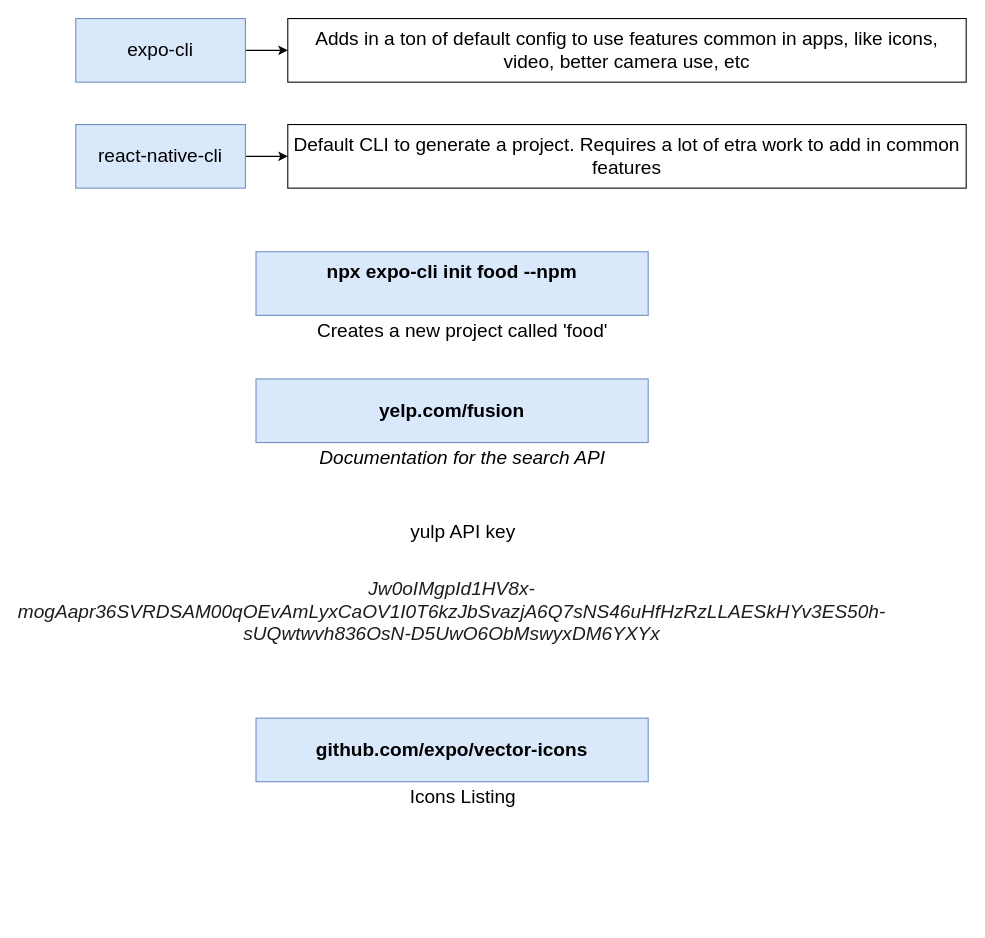
The draw.io diagram page "App Generation ways" (1 of 6) of selfMadeDiagrams/_85_RestaurantApp.drawio in devrath-rana23/theCompleteReactNativeAndReduxUdemyCourse, before the edit. Source tidied: cells renumbered, new cells numbered last; positions are measured from the earlier drawing's top-left corner, leaving out a move shared by most shapes. Both pictures are drawn from the tidied source at 106%, with x=0, y=0 at pixel (75, 18).
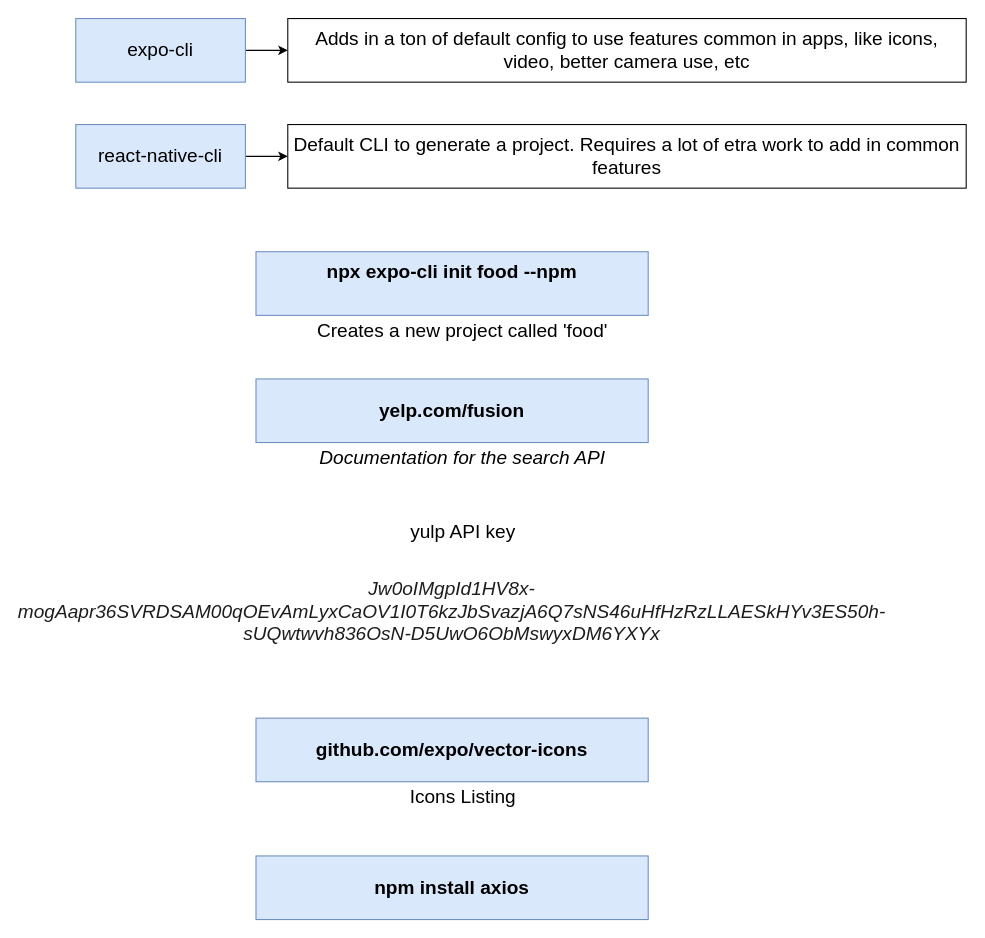
After the change.

Commit message:
Restaurant search=> food project setup and search bar component

What changed in the source:
```diff
@@
 <mxGraphModel>
   <root>
     <mxCell id="0" />
     <mxCell id="1" parent="0" />
     <mxCell id="2" style="edgeStyle=orthogonalEdgeStyle;rounded=0;jettySize=auto;html=1;fontSize=18;" parent="1" edge="1" source="3" target="6">
       <mxGeometry relative="1" as="geometry" />
     </mxCell>
     <mxCell id="3" value="&lt;font style=&quot;font-size: 18px&quot;&gt;expo-cli&lt;/font&gt;" style="rounded=0;whiteSpace=wrap;html=1;fillColor=#dae8fc;strokeColor=#6c8ebf;" parent="1" vertex="1">
       <mxGeometry width="160" height="60" as="geometry" />
     </mxCell>
     <mxCell id="4" style="edgeStyle=orthogonalEdgeStyle;rounded=0;jettySize=auto;html=1;fontSize=18;" parent="1" edge="1" source="5" target="7">
       <mxGeometry relative="1" as="geometry" />
     </mxCell>
     <mxCell id="5" value="&lt;font style=&quot;font-size: 18px&quot;&gt;react-native-cli&lt;/font&gt;" style="rounded=0;whiteSpace=wrap;html=1;fillColor=#dae8fc;strokeColor=#6c8ebf;" parent="1" vertex="1">
       <mxGeometry y="100" width="160" height="60" as="geometry" />
     </mxCell>
     <mxCell id="6" value="&lt;font style=&quot;font-size: 18px&quot;&gt;Adds in a ton of default config to use features common in apps, like icons, video, better camera use, etc&lt;/font&gt;" style="rounded=0;whiteSpace=wrap;html=1;" parent="1" vertex="1">
       <mxGeometry x="200" width="640" height="60" as="geometry" />
     </mxCell>
     <mxCell id="7" value="&lt;span style=&quot;font-size: 18px&quot;&gt;Default CLI to generate a project. Requires a lot of etra work to add in common features&lt;/span&gt;" style="rounded=0;whiteSpace=wrap;html=1;" parent="1" vertex="1">
       <mxGeometry x="200" y="100" width="640" height="60" as="geometry" />
     </mxCell>
     <mxCell id="8" value="&lt;div&gt;&lt;b&gt;npx expo-cli init food --npm&lt;/b&gt;&lt;/div&gt;&lt;div&gt;&lt;br&gt;&lt;/div&gt;" style="rounded=0;whiteSpace=wrap;html=1;fontSize=18;fillColor=#dae8fc;strokeColor=#6c8ebf;" parent="1" vertex="1">
       <mxGeometry x="170" y="220" width="370" height="60" as="geometry" />
     </mxCell>
     <mxCell id="9" value="Creates a new project called 'food'" style="text;html=1;strokeColor=none;fillColor=none;align=center;verticalAlign=middle;whiteSpace=wrap;rounded=0;fontSize=18;" parent="1" vertex="1">
       <mxGeometry x="210" y="280" width="310" height="30" as="geometry" />
     </mxCell>
     <mxCell id="10" value="&lt;div&gt;&lt;b&gt;yelp.com/fusion&lt;/b&gt;&lt;/div&gt;" style="rounded=0;whiteSpace=wrap;html=1;fontSize=18;fillColor=#dae8fc;strokeColor=#6c8ebf;" parent="1" vertex="1">
       <mxGeometry x="170" y="340" width="370" height="60" as="geometry" />
     </mxCell>
     <mxCell id="11" value="&lt;i&gt;Documentation for the search API&lt;/i&gt;" style="text;html=1;strokeColor=none;fillColor=none;align=center;verticalAlign=middle;whiteSpace=wrap;rounded=0;fontSize=18;" parent="1" vertex="1">
       <mxGeometry x="210" y="400" width="310" height="30" as="geometry" />
     </mxCell>
     <mxCell id="12" value="&lt;em style=&quot;box-sizing: border-box ; margin: 0px ; padding: 0px ; color: rgb(28 , 29 , 31) ; font-family: &amp;#34;sf pro text&amp;#34; , , &amp;#34;blinkmacsystemfont&amp;#34; , &amp;#34;roboto&amp;#34; , &amp;#34;segoe ui&amp;#34; , &amp;#34;helvetica&amp;#34; , &amp;#34;arial&amp;#34; , sans-serif , &amp;#34;apple color emoji&amp;#34; , &amp;#34;segoe ui emoji&amp;#34; , &amp;#34;segoe ui symbol&amp;#34; ; background-color: rgb(255 , 255 , 255)&quot;&gt;Jw0oIMgpId1HV8x-mogAapr36SVRDSAM00qOEvAmLyxCaOV1I0T6kzJbSvazjA6Q7sNS46uHfHzRzLLAESkHYv3ES50h-sUQwtwvh836OsN-D5UwO6ObMswyxDM6YXYx&lt;/em&gt;" style="text;html=1;strokeColor=none;fillColor=none;align=center;verticalAlign=middle;whiteSpace=wrap;rounded=0;fontSize=18;" parent="1" vertex="1">
       <mxGeometry x="165" y="500" width="380" height="120" as="geometry" />
     </mxCell>
     <mxCell id="13" value="yulp API key" style="text;html=1;strokeColor=none;fillColor=none;align=center;verticalAlign=middle;whiteSpace=wrap;rounded=0;fontSize=18;" parent="1" vertex="1">
       <mxGeometry x="292.5" y="470" width="145" height="30" as="geometry" />
     </mxCell>
     <mxCell id="14" value="&lt;div&gt;&lt;b&gt;github.com/expo/vector-icons&lt;/b&gt;&lt;/div&gt;" style="rounded=0;whiteSpace=wrap;html=1;fontSize=18;fillColor=#dae8fc;strokeColor=#6c8ebf;" parent="1" vertex="1">
       <mxGeometry x="170" y="660" width="370" height="60" as="geometry" />
     </mxCell>
     <mxCell id="15" value="Icons Listing" style="text;html=1;strokeColor=none;fillColor=none;align=center;verticalAlign=middle;whiteSpace=wrap;rounded=0;fontSize=18;" parent="1" vertex="1">
       <mxGeometry x="292.5" y="720" width="145" height="30" as="geometry" />
     </mxCell>
+    <mxCell id="16" value="&lt;div&gt;&lt;b&gt;npm install axios&lt;/b&gt;&lt;/div&gt;" style="rounded=0;whiteSpace=wrap;html=1;fontSize=18;fillColor=#dae8fc;strokeColor=#6c8ebf;" parent="1" vertex="1">
+      <mxGeometry x="170" y="790" width="370" height="60" as="geometry" />
+    </mxCell>
   </root>
 </mxGraphModel>
```
